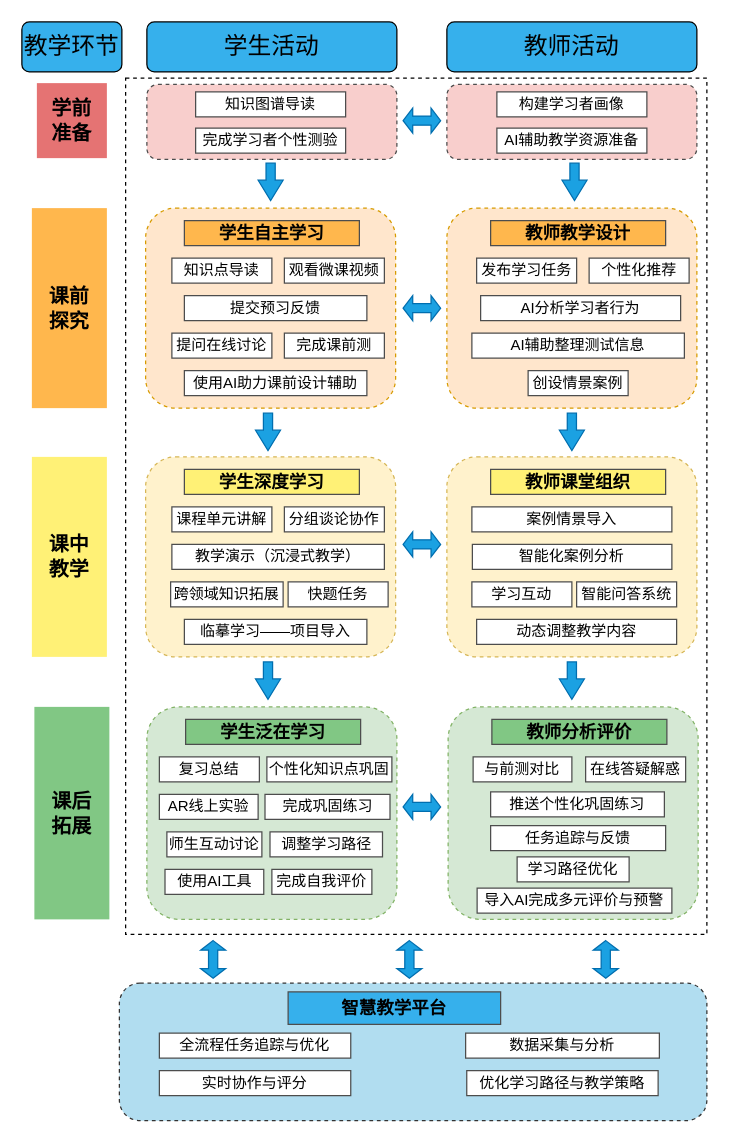
Before: 混合式教学模式框架.drawio in xewy/qimo2, a draw.io diagram. Source tidied: cells renumbered, new cells numbered last; positions are measured from the earlier drawing's top-left corner, leaving out a move shared by most shapes. Both pictures are drawn from the tidied source at 125%, with x=0, y=0 at pixel (21, 21).
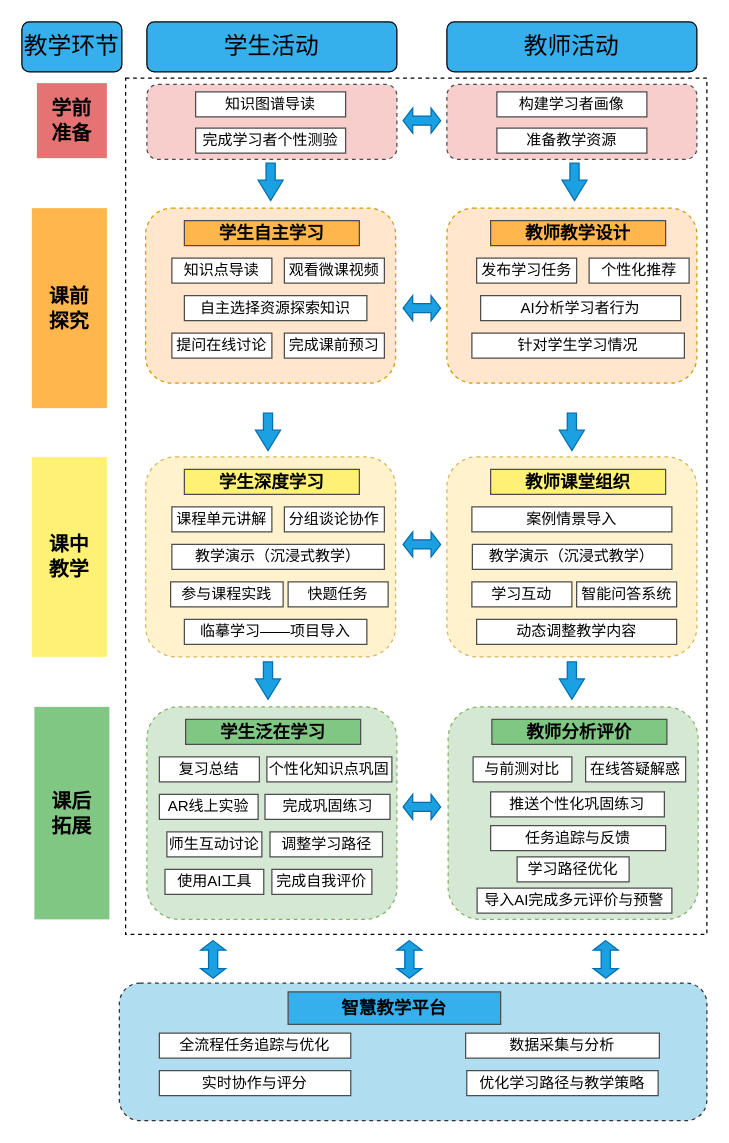
After the change.

Commit message:
更新混合式教学模式框架.drawio

The edit, as a diff of the source:
```diff
@@
-    <mxCell id="15" value="AI辅助教学资源准备" style="rounded=0;whiteSpace=wrap;html=1;strokeWidth=1;strokeColor=#4D4D4D;" parent="1" vertex="1">
+    <mxCell id="15" value="准备教学资源" style="rounded=0;whiteSpace=wrap;html=1;strokeWidth=1;strokeColor=#4D4D4D;" parent="1" vertex="1">
       <mxGeometry x="380" y="85" width="120" height="20" as="geometry" />
     </mxCell>
     <mxCell id="16" style="rounded=1;whiteSpace=wrap;html=1;fillColor=#ffe6cc;strokeColor=#d79b00;dashed=1;" parent="1" vertex="1">
-      <mxGeometry x="99" y="149" width="200" height="160" as="geometry" />
+      <mxGeometry x="99" y="149" width="200" height="140" as="geometry" />
     </mxCell>
@@
-    <mxCell id="19" value="提交预习反馈" style="rounded=0;whiteSpace=wrap;html=1;strokeColor=#4D4D4D;" parent="1" vertex="1">
+    <mxCell id="19" value="自主选择资源探索知识" style="rounded=0;whiteSpace=wrap;html=1;strokeColor=#4D4D4D;" parent="1" vertex="1">
       <mxGeometry x="130" y="219" width="146" height="20" as="geometry" />
     </mxCell>
@@
-    <mxCell id="21" value="完成课前测" style="rounded=0;whiteSpace=wrap;html=1;strokeColor=#4D4D4D;" parent="1" vertex="1">
+    <mxCell id="21" value="完成课前预习" style="rounded=0;whiteSpace=wrap;html=1;strokeColor=#4D4D4D;" parent="1" vertex="1">
       <mxGeometry x="210" y="249" width="80" height="20" as="geometry" />
     </mxCell>
-    <mxCell id="22" value="使用AI助力课前设计辅助" style="rounded=0;whiteSpace=wrap;html=1;strokeColor=#4D4D4D;" parent="1" vertex="1">
-      <mxGeometry x="130" y="279" width="146" height="20" as="geometry" />
-    </mxCell>
     <mxCell id="23" style="rounded=1;whiteSpace=wrap;html=1;fillColor=#ffe6cc;strokeColor=#d79b00;dashed=1;" parent="1" vertex="1">
-      <mxGeometry x="340" y="149" width="200" height="160" as="geometry" />
+      <mxGeometry x="340" y="149" width="200" height="140" as="geometry" />
     </mxCell>
@@
-    <mxCell id="25" value="AI辅助整理测试信息" style="rounded=0;whiteSpace=wrap;html=1;strokeColor=#4D4D4D;" parent="1" vertex="1">
+    <mxCell id="25" value="针对学生学习情况" style="rounded=0;whiteSpace=wrap;html=1;strokeColor=#4D4D4D;" parent="1" vertex="1">
       <mxGeometry x="360" y="249" width="170" height="20" as="geometry" />
     </mxCell>
@@
-    <mxCell id="28" value="创设情景案例" style="rounded=0;whiteSpace=wrap;html=1;strokeColor=#4D4D4D;" parent="1" vertex="1">
-      <mxGeometry x="405" y="279" width="80" height="20" as="geometry" />
-    </mxCell>
@@
-    <mxCell id="35" value="跨领域知识拓展" style="rounded=0;whiteSpace=wrap;html=1;strokeColor=#4D4D4D;" parent="1" vertex="1">
+    <mxCell id="35" value="参与课程实践" style="rounded=0;whiteSpace=wrap;html=1;strokeColor=#4D4D4D;" parent="1" vertex="1">
       <mxGeometry x="119" y="448" width="90" height="20" as="geometry" />
     </mxCell>
@@
-    <mxCell id="40" value="智能化案例分析" style="rounded=0;whiteSpace=wrap;html=1;strokeColor=#4D4D4D;" parent="1" vertex="1">
+    <mxCell id="40" value="教学演示（沉浸式教学）" style="rounded=0;whiteSpace=wrap;html=1;strokeColor=#4D4D4D;" parent="1" vertex="1">
       <mxGeometry x="360.4" y="418" width="159.6" height="20" as="geometry" />
     </mxCell>
```
